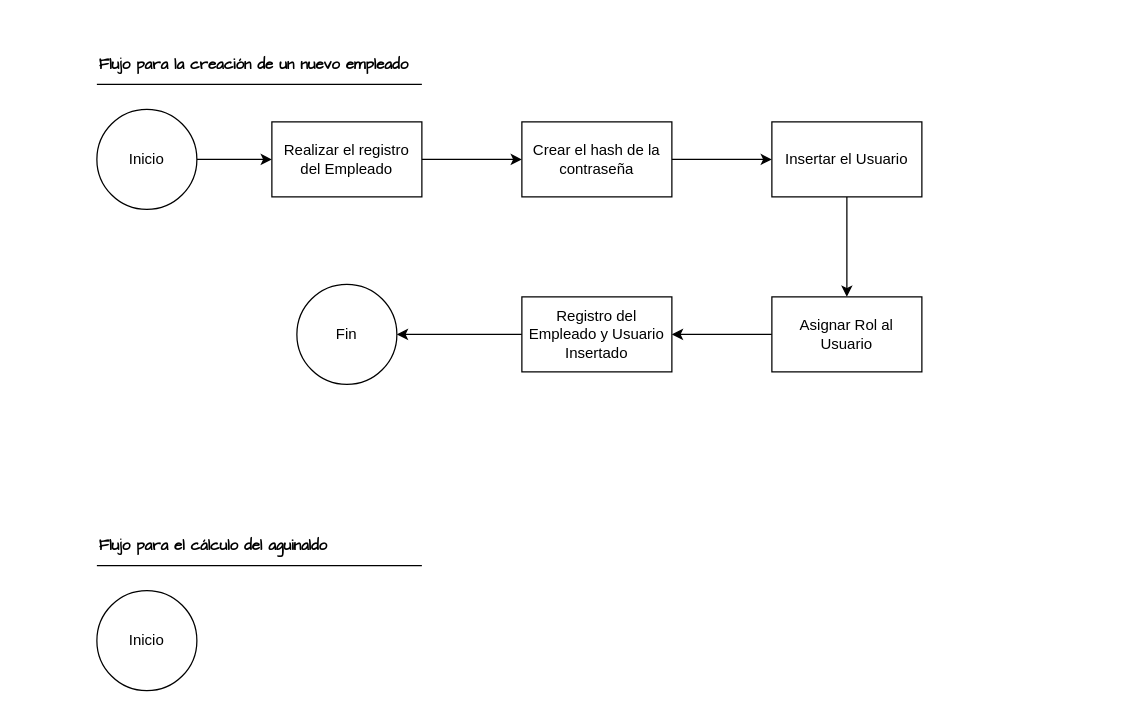
Earlier version of the draw.io diagram Data Flow TFG.drawio (kensotosala/SISTEMA-RRHH-UIA-TFG). Source tidied: cells renumbered, new cells numbered last; positions are measured from the earlier drawing's top-left corner, leaving out a move shared by most shapes. Both pictures are drawn from the tidied source at 125%, with x=0, y=0 at pixel (96, 46).
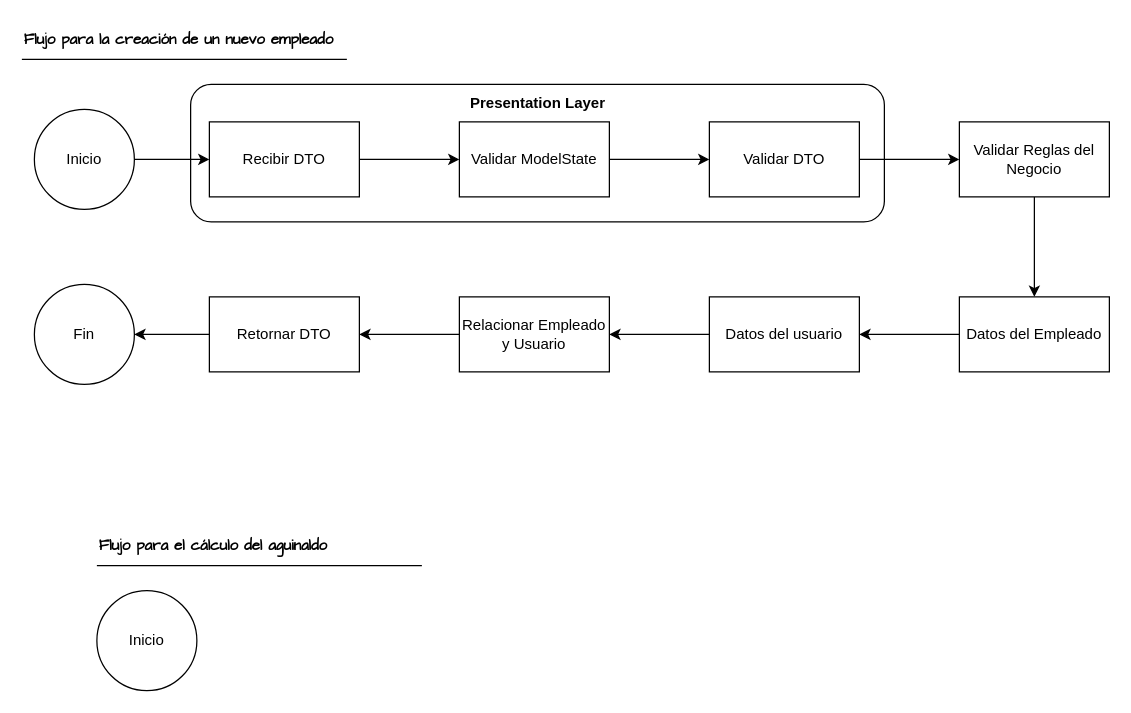
The same page after the edit.

The edit, as a diff of the source:
```diff
@@
-    <mxCell id="2" style="edgeStyle=orthogonalEdgeStyle;rounded=0;jettySize=auto;html=1;" parent="1" edge="1" source="3" target="5">
-      <mxGeometry relative="1" as="geometry" />
-    </mxCell>
+    <mxCell id="20" value="&lt;div&gt;&lt;br&gt;&lt;/div&gt;&lt;div&gt;&lt;br&gt;&lt;/div&gt;&lt;div&gt;&lt;br&gt;&lt;/div&gt;&lt;div&gt;&lt;br&gt;&lt;/div&gt;&lt;div&gt;&lt;br&gt;&lt;/div&gt;&lt;div&gt;&lt;br&gt;&lt;/div&gt;" style="rounded=1;whiteSpace=wrap;html=1;" parent="1" vertex="1">
+      <mxGeometry x="75" y="30" width="555" height="110" as="geometry" />
+    </mxCell>
+    <mxCell id="21" style="edgeStyle=orthogonalEdgeStyle;rounded=0;jettySize=auto;html=1;labelBackgroundColor=none;fontColor=default;" parent="1" edge="1" source="3" target="23">
+      <mxGeometry relative="1" as="geometry" />
+    </mxCell>
-    <mxCell id="3" value="Inicio" style="ellipse;whiteSpace=wrap;html=1;" parent="1" vertex="1">
-      <mxGeometry y="50" width="80" height="80" as="geometry" />
+    <mxCell id="3" value="Inicio" style="ellipse;whiteSpace=wrap;html=1;labelBackgroundColor=none;" parent="1" vertex="1">
+      <mxGeometry x="-50" y="50" width="80" height="80" as="geometry" />
     </mxCell>
-    <mxCell id="4" style="edgeStyle=orthogonalEdgeStyle;rounded=0;jettySize=auto;html=1;" parent="1" edge="1" source="5" target="9">
-      <mxGeometry relative="1" as="geometry" />
-    </mxCell>
-    <mxCell id="5" value="Realizar el registro del Empleado" style="whiteSpace=wrap;html=1;" parent="1" vertex="1">
-      <mxGeometry x="140" y="60" width="120" height="60" as="geometry" />
-    </mxCell>
-    <mxCell id="6" value="Flujo para la creación de un nuevo empleado" style="text;html=1;whiteSpace=wrap;strokeColor=none;fillColor=none;align=left;verticalAlign=middle;rounded=0;fontFamily=Comic Sans MS;fontStyle=1;" parent="1" vertex="1">
-      <mxGeometry width="270" height="30" as="geometry" />
-    </mxCell>
-    <mxCell id="7" style="endArrow=none;html=1;rounded=0;" parent="1" edge="1">
-      <mxGeometry relative="1" as="geometry">
-        <mxPoint y="30" as="sourcePoint" />
-        <mxPoint x="260" y="30" as="targetPoint" />
-      </mxGeometry>
-    </mxCell>
-    <mxCell id="8" style="edgeStyle=orthogonalEdgeStyle;rounded=0;jettySize=auto;html=1;" parent="1" edge="1" source="9" target="11">
-      <mxGeometry relative="1" as="geometry" />
-    </mxCell>
-    <mxCell id="9" value="Crear el hash de la contraseña" style="whiteSpace=wrap;html=1;" parent="1" vertex="1">
-      <mxGeometry x="340" y="60" width="120" height="60" as="geometry" />
-    </mxCell>
-    <mxCell id="10" style="edgeStyle=orthogonalEdgeStyle;rounded=0;jettySize=auto;html=1;" parent="1" edge="1" source="11" target="13">
-      <mxGeometry relative="1" as="geometry" />
-    </mxCell>
-    <mxCell id="11" value="Insertar el Usuario" style="whiteSpace=wrap;html=1;" parent="1" vertex="1">
-      <mxGeometry x="540" y="60" width="120" height="60" as="geometry" />
-    </mxCell>
-    <mxCell id="12" style="edgeStyle=orthogonalEdgeStyle;rounded=0;jettySize=auto;html=1;" parent="1" edge="1" source="13" target="15">
-      <mxGeometry relative="1" as="geometry" />
-    </mxCell>
-    <mxCell id="13" value="Asignar Rol al Usuario" style="whiteSpace=wrap;html=1;" parent="1" vertex="1">
-      <mxGeometry x="540" y="200" width="120" height="60" as="geometry" />
-    </mxCell>
-    <mxCell id="14" style="edgeStyle=orthogonalEdgeStyle;rounded=0;jettySize=auto;html=1;" parent="1" edge="1" source="15" target="16">
-      <mxGeometry relative="1" as="geometry" />
-    </mxCell>
-    <mxCell id="15" value="Registro del Empleado y Usuario Insertado" style="whiteSpace=wrap;html=1;" parent="1" vertex="1">
-      <mxGeometry x="340" y="200" width="120" height="60" as="geometry" />
-    </mxCell>
-    <mxCell id="16" value="Fin" style="ellipse;whiteSpace=wrap;html=1;" parent="1" vertex="1">
-      <mxGeometry x="160" y="190" width="80" height="80" as="geometry" />
-    </mxCell>
-    <mxCell id="17" value="Inicio" style="ellipse;whiteSpace=wrap;html=1;" parent="1" vertex="1">
+    <mxCell id="17" value="Inicio" style="ellipse;whiteSpace=wrap;html=1;labelBackgroundColor=none;" parent="1" vertex="1">
       <mxGeometry y="435" width="80" height="80" as="geometry" />
     </mxCell>
-    <mxCell id="18" value="Flujo para el cálculo del aguinaldo" style="text;html=1;whiteSpace=wrap;strokeColor=none;fillColor=none;align=left;verticalAlign=middle;rounded=0;fontFamily=Comic Sans MS;fontStyle=1;" parent="1" vertex="1">
+    <mxCell id="18" value="Flujo para el cálculo del aguinaldo" style="text;html=1;whiteSpace=wrap;strokeColor=none;fillColor=none;align=left;verticalAlign=middle;rounded=0;fontFamily=Comic Sans MS;fontStyle=1;labelBackgroundColor=none;" parent="1" vertex="1">
       <mxGeometry y="385" width="270" height="30" as="geometry" />
     </mxCell>
-    <mxCell id="19" style="endArrow=none;html=1;rounded=0;" parent="1" edge="1">
+    <mxCell id="19" style="endArrow=none;html=1;rounded=0;labelBackgroundColor=none;fontColor=default;" parent="1" edge="1">
       <mxGeometry relative="1" as="geometry">
         <mxPoint y="415" as="sourcePoint" />
         <mxPoint x="260" y="415" as="targetPoint" />
       </mxGeometry>
     </mxCell>
+    <mxCell id="22" style="edgeStyle=orthogonalEdgeStyle;rounded=0;jettySize=auto;html=1;labelBackgroundColor=none;fontColor=default;" parent="1" edge="1" source="23" target="25">
+      <mxGeometry relative="1" as="geometry" />
+    </mxCell>
+    <mxCell id="23" value="Recibir DTO" style="whiteSpace=wrap;html=1;labelBackgroundColor=none;" parent="1" vertex="1">
+      <mxGeometry x="90" y="60" width="120" height="60" as="geometry" />
+    </mxCell>
+    <mxCell id="24" style="edgeStyle=orthogonalEdgeStyle;rounded=0;jettySize=auto;html=1;" parent="1" edge="1" source="25" target="27">
+      <mxGeometry relative="1" as="geometry" />
+    </mxCell>
+    <mxCell id="25" value="Validar ModelState" style="whiteSpace=wrap;html=1;labelBackgroundColor=none;" parent="1" vertex="1">
+      <mxGeometry x="290" y="60" width="120" height="60" as="geometry" />
+    </mxCell>
+    <mxCell id="26" style="edgeStyle=orthogonalEdgeStyle;rounded=0;jettySize=auto;html=1;" parent="1" edge="1" source="27" target="29">
+      <mxGeometry relative="1" as="geometry" />
+    </mxCell>
+    <mxCell id="27" value="Validar DTO" style="whiteSpace=wrap;html=1;labelBackgroundColor=none;" parent="1" vertex="1">
+      <mxGeometry x="490" y="60" width="120" height="60" as="geometry" />
+    </mxCell>
+    <mxCell id="28" style="edgeStyle=orthogonalEdgeStyle;rounded=0;jettySize=auto;html=1;" parent="1" edge="1" source="29" target="31">
+      <mxGeometry relative="1" as="geometry" />
+    </mxCell>
+    <mxCell id="29" value="Validar Reglas del Negocio" style="whiteSpace=wrap;html=1;labelBackgroundColor=none;" parent="1" vertex="1">
+      <mxGeometry x="690" y="60" width="120" height="60" as="geometry" />
+    </mxCell>
+    <mxCell id="30" style="edgeStyle=orthogonalEdgeStyle;rounded=0;jettySize=auto;html=1;" parent="1" edge="1" source="31" target="33">
+      <mxGeometry relative="1" as="geometry" />
+    </mxCell>
+    <mxCell id="31" value="Datos del Empleado" style="whiteSpace=wrap;html=1;labelBackgroundColor=none;" parent="1" vertex="1">
+      <mxGeometry x="690" y="200" width="120" height="60" as="geometry" />
+    </mxCell>
+    <mxCell id="32" style="edgeStyle=orthogonalEdgeStyle;rounded=0;jettySize=auto;html=1;" parent="1" edge="1" source="33" target="35">
+      <mxGeometry relative="1" as="geometry" />
+    </mxCell>
+    <mxCell id="33" value="Datos del usuario" style="whiteSpace=wrap;html=1;labelBackgroundColor=none;" parent="1" vertex="1">
+      <mxGeometry x="490" y="200" width="120" height="60" as="geometry" />
+    </mxCell>
+    <mxCell id="34" style="edgeStyle=orthogonalEdgeStyle;rounded=0;jettySize=auto;html=1;" parent="1" edge="1" source="35" target="37">
+      <mxGeometry relative="1" as="geometry" />
+    </mxCell>
+    <mxCell id="35" value="Relacionar Empleado y Usuario" style="whiteSpace=wrap;html=1;labelBackgroundColor=none;" parent="1" vertex="1">
+      <mxGeometry x="290" y="200" width="120" height="60" as="geometry" />
+    </mxCell>
+    <mxCell id="36" style="edgeStyle=orthogonalEdgeStyle;rounded=0;jettySize=auto;html=1;" parent="1" edge="1" source="37" target="16">
+      <mxGeometry relative="1" as="geometry" />
+    </mxCell>
+    <mxCell id="37" value="Retornar DTO" style="whiteSpace=wrap;html=1;labelBackgroundColor=none;" parent="1" vertex="1">
+      <mxGeometry x="90" y="200" width="120" height="60" as="geometry" />
+    </mxCell>
+    <mxCell id="16" value="Fin" style="ellipse;whiteSpace=wrap;html=1;labelBackgroundColor=none;" parent="1" vertex="1">
+      <mxGeometry x="-50" y="190" width="80" height="80" as="geometry" />
+    </mxCell>
+    <mxCell id="38" value="Presentation Layer" style="text;html=1;whiteSpace=wrap;strokeColor=none;fillColor=none;align=center;verticalAlign=middle;rounded=0;fontStyle=1;" parent="1" vertex="1">
+      <mxGeometry x="292.5" y="30" width="120" height="30" as="geometry" />
+    </mxCell>
+    <mxCell id="39" style="group;" parent="1" vertex="1">
+      <mxGeometry x="-60" y="-20" width="270" height="30" as="geometry" />
+    </mxCell>
+    <mxCell id="6" value="Flujo para la creación de un nuevo empleado" style="text;html=1;whiteSpace=wrap;strokeColor=none;fillColor=none;align=left;verticalAlign=middle;rounded=0;fontFamily=Comic Sans MS;fontStyle=1;labelBackgroundColor=none;" parent="39" vertex="1">
+      <mxGeometry width="270" height="30" as="geometry" />
+    </mxCell>
+    <mxCell id="7" style="endArrow=none;html=1;rounded=0;labelBackgroundColor=none;fontColor=default;" parent="39" edge="1">
+      <mxGeometry relative="1" as="geometry">
+        <mxPoint y="30" as="sourcePoint" />
+        <mxPoint x="260" y="30" as="targetPoint" />
+      </mxGeometry>
+    </mxCell>
```
